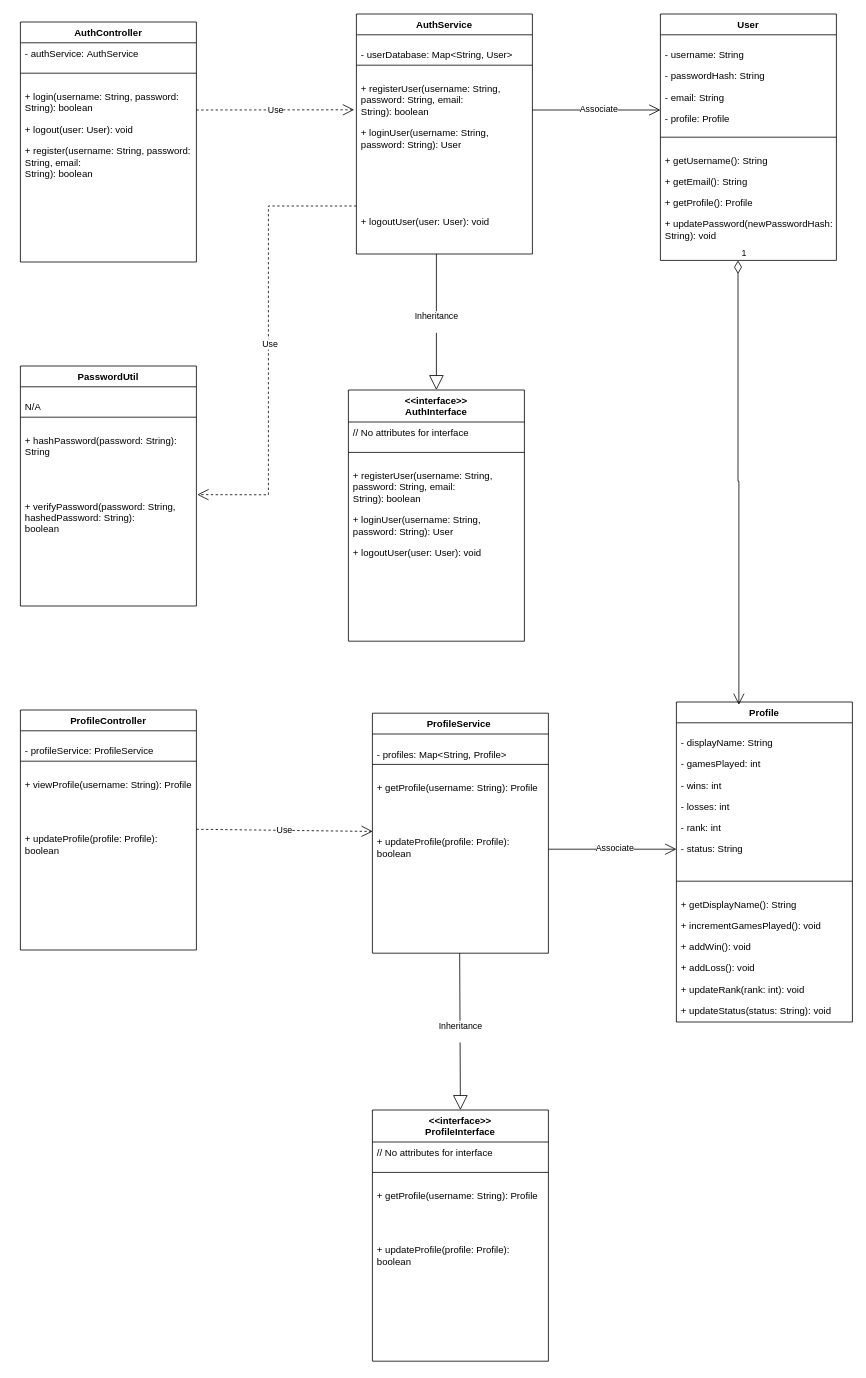
aeMyst/Minigame-Portal keeps this draw.io diagram as src/ca/ucalgary/seng300/Authentication/Authentication_Class_Diagram.drawio. Above is the earlier version. Source tidied: cells renumbered, new cells numbered last; positions are measured from the earlier drawing's top-left corner, leaving out a move shared by most shapes. Both pictures are drawn from the tidied source at 80%, with x=0, y=0 at pixel (20, 14).
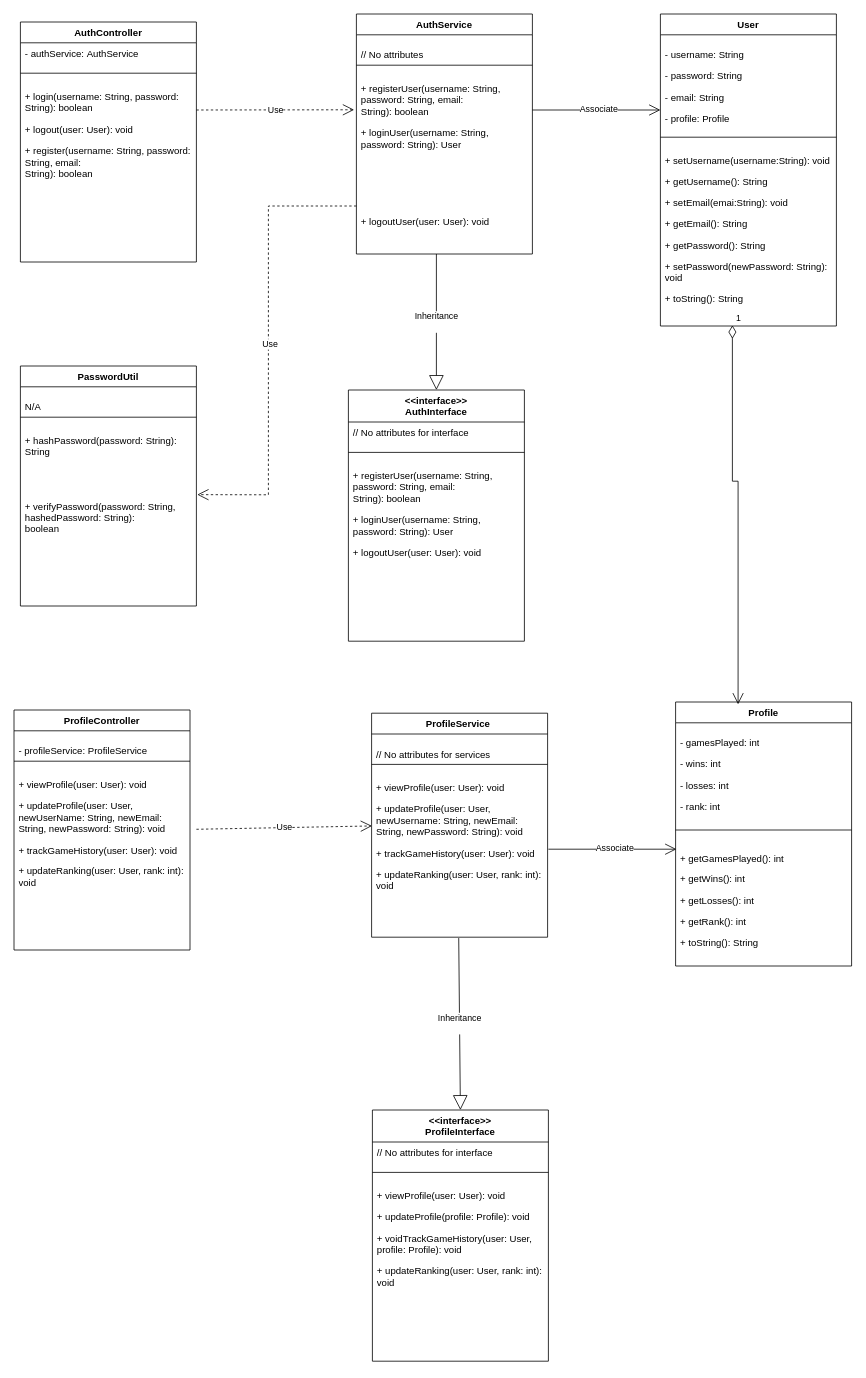
Above is the later version.

Unchanged cells that the change refers to:
```xml
<mxCell id="14" value="&lt;div&gt;&amp;lt;&amp;lt;interface&amp;gt;&amp;gt;&lt;/div&gt;ProfileInterface" style="swimlane;fontStyle=1;align=center;verticalAlign=top;horizontal=1;startSize=40;whiteSpace=wrap;html=1;" parent="1" vertex="1">
  <mxGeometry x="440" y="1370" width="220" height="314" as="geometry" />
</mxCell>
<mxCell id="18" value="AuthService" style="swimlane;fontStyle=1;align=center;verticalAlign=top;horizontal=1;startSize=26;whiteSpace=wrap;html=1;" parent="1" vertex="1">
  <mxGeometry x="420" width="220" height="300" as="geometry" />
</mxCell>
```

Diff of the diagram source:
```diff
@@
     <mxCell id="6" value="ProfileController" style="swimlane;fontStyle=1;align=center;verticalAlign=top;horizontal=1;startSize=26;whiteSpace=wrap;html=1;" parent="1" vertex="1">
-      <mxGeometry y="870" width="220" height="300" as="geometry" />
+      <mxGeometry x="-8" y="870" width="220" height="300" as="geometry" />
     </mxCell>
@@
-    <mxCell id="9" value="&lt;p class=&quot;MsoNormal&quot;&gt;+ viewProfile(username: String): Profile&lt;/p&gt;&lt;p class=&quot;MsoNormal&quot;&gt;&lt;br/&gt;&lt;br/&gt;&lt;/p&gt;&lt;p class=&quot;MsoNormal&quot;&gt;+ updateProfile(profile: Profile): boolean&lt;/p&gt;" style="text;strokeColor=none;fillColor=none;align=left;verticalAlign=top;spacingLeft=4;spacingRight=4;overflow=hidden;whiteSpace=wrap;html=1;" parent="6" vertex="1">
+    <mxCell id="9" value="&lt;p class=&quot;MsoNormal&quot;&gt;+ viewProfile(user: User): void&lt;/p&gt;&lt;p class=&quot;MsoNormal&quot;&gt;&lt;span style=&quot;background-color: initial;&quot;&gt;+ updateProfile(user: User, newUserName: String, newEmail: String, newPassword: String): void&lt;/span&gt;&lt;/p&gt;&lt;p class=&quot;MsoNormal&quot;&gt;&lt;span style=&quot;background-color: initial;&quot;&gt;+&amp;nbsp;&lt;/span&gt;&lt;span style=&quot;background-color: initial;&quot;&gt;trackGameHistory(user: User): void&lt;/span&gt;&lt;/p&gt;&lt;p class=&quot;MsoNormal&quot;&gt;&lt;span style=&quot;background-color: initial;&quot;&gt;+ updateRanking(user: User, rank: int): void&lt;/span&gt;&lt;/p&gt;" style="text;strokeColor=none;fillColor=none;align=left;verticalAlign=top;spacingLeft=4;spacingRight=4;overflow=hidden;whiteSpace=wrap;html=1;" parent="6" vertex="1">
       <mxGeometry y="68" width="220" height="232" as="geometry" />
     </mxCell>
@@
-    <mxCell id="17" value="&lt;p class=&quot;MsoNormal&quot;&gt;+ getProfile(username: String): Profile&lt;/p&gt;&lt;p class=&quot;MsoNormal&quot;&gt;&lt;br/&gt;&lt;br/&gt;&lt;/p&gt;&lt;p class=&quot;MsoNormal&quot;&gt;+ updateProfile(profile: Profile): boolean&lt;/p&gt;" style="text;strokeColor=none;fillColor=none;align=left;verticalAlign=top;spacingLeft=4;spacingRight=4;overflow=hidden;whiteSpace=wrap;html=1;" parent="14" vertex="1">
+    <mxCell id="17" value="&lt;p class=&quot;MsoNormal&quot;&gt;+ viewProfile(user: User): void&lt;/p&gt;&lt;p class=&quot;MsoNormal&quot;&gt;&lt;span style=&quot;background-color: initial;&quot;&gt;+ updateProfile(profile: Profile): void&lt;/span&gt;&lt;/p&gt;&lt;p class=&quot;MsoNormal&quot;&gt;+ voidTrackGameHistory(user: User, profile: Profile): void&lt;/p&gt;&lt;p class=&quot;MsoNormal&quot;&gt;+ updateRanking(user: User, rank: int): void&lt;/p&gt;" style="text;strokeColor=none;fillColor=none;align=left;verticalAlign=top;spacingLeft=4;spacingRight=4;overflow=hidden;whiteSpace=wrap;html=1;" parent="14" vertex="1">
       <mxGeometry y="82" width="220" height="232" as="geometry" />
     </mxCell>
@@
-    <mxCell id="19" value="&lt;p class=&quot;MsoNormal&quot;&gt;- userDatabase: Map&amp;lt;String, User&amp;gt;&lt;/p&gt;" style="text;strokeColor=none;fillColor=none;align=left;verticalAlign=top;spacingLeft=4;spacingRight=4;overflow=hidden;whiteSpace=wrap;html=1;" parent="18" vertex="1">
+    <mxCell id="19" value="&lt;p class=&quot;MsoNormal&quot;&gt;// No attributes&lt;/p&gt;" style="text;strokeColor=none;fillColor=none;align=left;verticalAlign=top;spacingLeft=4;spacingRight=4;overflow=hidden;whiteSpace=wrap;html=1;" parent="18" vertex="1">
       <mxGeometry y="26" width="220" height="34" as="geometry" />
     </mxCell>
@@
     <mxCell id="23" value="ProfileService&amp;nbsp;" style="swimlane;fontStyle=1;align=center;verticalAlign=top;horizontal=1;startSize=26;whiteSpace=wrap;html=1;" parent="1" vertex="1">
-      <mxGeometry x="440" y="874" width="220" height="300" as="geometry" />
+      <mxGeometry x="439" y="874" width="220" height="280" as="geometry" />
     </mxCell>
-    <mxCell id="24" value="&lt;p class=&quot;MsoNormal&quot;&gt;- profiles: Map&amp;lt;String, Profile&amp;gt;&lt;/p&gt;" style="text;strokeColor=none;fillColor=none;align=left;verticalAlign=top;spacingLeft=4;spacingRight=4;overflow=hidden;whiteSpace=wrap;html=1;" parent="23" vertex="1">
+    <mxCell id="24" value="&lt;p class=&quot;MsoNormal&quot;&gt;// No attributes for services&lt;/p&gt;" style="text;strokeColor=none;fillColor=none;align=left;verticalAlign=top;spacingLeft=4;spacingRight=4;overflow=hidden;whiteSpace=wrap;html=1;" parent="23" vertex="1">
       <mxGeometry y="26" width="220" height="34" as="geometry" />
     </mxCell>
@@
-    <mxCell id="26" value="&lt;p class=&quot;MsoNormal&quot;&gt;+ getProfile(username: String): Profile&lt;/p&gt;&lt;p class=&quot;MsoNormal&quot;&gt;&lt;br/&gt;&lt;br/&gt;&lt;/p&gt;&lt;p class=&quot;MsoNormal&quot;&gt;+ updateProfile(profile: Profile): boolean&lt;/p&gt;" style="text;strokeColor=none;fillColor=none;align=left;verticalAlign=top;spacingLeft=4;spacingRight=4;overflow=hidden;points=[[0,0.5],[1,0.5]];portConstraint=eastwest;whiteSpace=wrap;html=1;" parent="23" vertex="1">
-      <mxGeometry y="68" width="220" height="232" as="geometry" />
+    <mxCell id="26" value="&lt;p class=&quot;MsoNormal&quot;&gt;+ viewProfile(user: User): void&lt;/p&gt;&lt;p class=&quot;MsoNormal&quot;&gt;&lt;span style=&quot;background-color: initial;&quot;&gt;+ updateProfile(user: User, newUsername: String, newEmail: String, newPassword: String): void&lt;/span&gt;&lt;/p&gt;&lt;p class=&quot;MsoNormal&quot;&gt;&lt;span style=&quot;background-color: initial;&quot;&gt;+ trackGameHistory(user: User): void&lt;/span&gt;&lt;/p&gt;&lt;p class=&quot;MsoNormal&quot;&gt;&lt;span style=&quot;background-color: initial;&quot;&gt;+ updateRanking(user: User, rank: int): void&lt;/span&gt;&lt;/p&gt;" style="text;strokeColor=none;fillColor=none;align=left;verticalAlign=top;spacingLeft=4;spacingRight=4;overflow=hidden;points=[[0,0.5],[1,0.5]];portConstraint=eastwest;whiteSpace=wrap;html=1;" parent="23" vertex="1">
+      <mxGeometry y="68" width="220" height="212" as="geometry" />
     </mxCell>
     <mxCell id="27" value="User" style="swimlane;fontStyle=1;align=center;verticalAlign=top;horizontal=1;startSize=26;whiteSpace=wrap;html=1;" parent="1" vertex="1">
-      <mxGeometry x="800" width="220" height="308" as="geometry" />
+      <mxGeometry x="800" width="220" height="390" as="geometry" />
     </mxCell>
-    <mxCell id="28" value="&lt;p class=&quot;MsoNormal&quot;&gt;- username: String&lt;/p&gt;&lt;p class=&quot;MsoNormal&quot;&gt;- passwordHash: String&lt;/p&gt;&lt;p class=&quot;MsoNormal&quot;&gt;- email: String&lt;/p&gt;&lt;p class=&quot;MsoNormal&quot;&gt;- profile: Profile&lt;/p&gt;" style="text;strokeColor=none;fillColor=none;align=left;verticalAlign=top;spacingLeft=4;spacingRight=4;overflow=hidden;whiteSpace=wrap;html=1;" parent="27" vertex="1">
+    <mxCell id="28" value="&lt;p class=&quot;MsoNormal&quot;&gt;- username: String&lt;/p&gt;&lt;p class=&quot;MsoNormal&quot;&gt;- password: String&lt;/p&gt;&lt;p class=&quot;MsoNormal&quot;&gt;- email: String&lt;/p&gt;&lt;p class=&quot;MsoNormal&quot;&gt;- profile: Profile&lt;/p&gt;" style="text;strokeColor=none;fillColor=none;align=left;verticalAlign=top;spacingLeft=4;spacingRight=4;overflow=hidden;whiteSpace=wrap;html=1;" parent="27" vertex="1">
       <mxGeometry y="26" width="220" height="124" as="geometry" />
     </mxCell>
@@
-    <mxCell id="30" value="&lt;p class=&quot;MsoNormal&quot;&gt;+ getUsername(): String&lt;/p&gt;&lt;p class=&quot;MsoNormal&quot;&gt;+ getEmail(): String&lt;/p&gt;&lt;p class=&quot;MsoNormal&quot;&gt;+ getProfile(): Profile&lt;/p&gt;&lt;p class=&quot;MsoNormal&quot;&gt;+ updatePassword(newPasswordHash: String): void&lt;/p&gt;" style="text;strokeColor=none;fillColor=none;align=left;verticalAlign=top;spacingLeft=4;spacingRight=4;overflow=hidden;points=[[0,0.5],[1,0.5]];portConstraint=eastwest;whiteSpace=wrap;html=1;" parent="27" vertex="1">
-      <mxGeometry y="158" width="220" height="150" as="geometry" />
+    <mxCell id="30" value="&lt;p class=&quot;MsoNormal&quot;&gt;+ setUsername(username:String): void&lt;/p&gt;&lt;p class=&quot;MsoNormal&quot;&gt;+ getUsername(): String&lt;/p&gt;&lt;p class=&quot;MsoNormal&quot;&gt;+ setEmail(emai:String): void&lt;/p&gt;&lt;p class=&quot;MsoNormal&quot;&gt;+ getEmail(): String&lt;/p&gt;&lt;p class=&quot;MsoNormal&quot;&gt;+ getPassword(): String&lt;/p&gt;&lt;p class=&quot;MsoNormal&quot;&gt;+ setPassword(newPassword: String): void&lt;/p&gt;&lt;p class=&quot;MsoNormal&quot;&gt;+ toString(): String&lt;/p&gt;" style="text;strokeColor=none;fillColor=none;align=left;verticalAlign=top;spacingLeft=4;spacingRight=4;overflow=hidden;points=[[0,0.5],[1,0.5]];portConstraint=eastwest;whiteSpace=wrap;html=1;" parent="27" vertex="1">
+      <mxGeometry y="158" width="220" height="232" as="geometry" />
     </mxCell>
     <mxCell id="31" value="Profile" style="swimlane;fontStyle=1;align=center;verticalAlign=top;horizontal=1;startSize=26;whiteSpace=wrap;html=1;" parent="1" vertex="1">
-      <mxGeometry x="820" y="860" width="220" height="400" as="geometry" />
+      <mxGeometry x="819" y="860" width="220" height="330" as="geometry" />
     </mxCell>
-    <mxCell id="32" value="&lt;p class=&quot;MsoNormal&quot;&gt;- displayName: String&lt;/p&gt;&lt;p class=&quot;MsoNormal&quot;&gt;- gamesPlayed: int&lt;/p&gt;&lt;p class=&quot;MsoNormal&quot;&gt;- wins: int&lt;/p&gt;&lt;p class=&quot;MsoNormal&quot;&gt;- losses: int&lt;/p&gt;&lt;p class=&quot;MsoNormal&quot;&gt;- rank: int&lt;/p&gt;&lt;p class=&quot;MsoNormal&quot;&gt;- status: String&lt;/p&gt;" style="text;strokeColor=none;fillColor=none;align=left;verticalAlign=top;spacingLeft=4;spacingRight=4;overflow=hidden;whiteSpace=wrap;html=1;" parent="31" vertex="1">
-      <mxGeometry y="26" width="220" height="194" as="geometry" />
+    <mxCell id="32" value="&lt;p class=&quot;MsoNormal&quot;&gt;&lt;span style=&quot;background-color: initial;&quot;&gt;- gamesPlayed: int&lt;/span&gt;&lt;/p&gt;&lt;p class=&quot;MsoNormal&quot;&gt;- wins: int&lt;/p&gt;&lt;p class=&quot;MsoNormal&quot;&gt;- losses: int&lt;/p&gt;&lt;p class=&quot;MsoNormal&quot;&gt;- rank: int&lt;/p&gt;" style="text;strokeColor=none;fillColor=none;align=left;verticalAlign=top;spacingLeft=4;spacingRight=4;overflow=hidden;whiteSpace=wrap;html=1;" parent="31" vertex="1">
+      <mxGeometry y="26" width="220" height="124" as="geometry" />
     </mxCell>
     <mxCell id="33" style="line;strokeWidth=1;fillColor=none;align=left;verticalAlign=middle;spacingTop=-1;spacingLeft=3;spacingRight=3;labelPosition=right;strokeColor=inherit;" parent="31" vertex="1">
-      <mxGeometry y="220" width="220" height="8" as="geometry" />
+      <mxGeometry y="150" width="220" height="20" as="geometry" />
     </mxCell>
-    <mxCell id="34" value="&lt;p class=&quot;MsoNormal&quot;&gt;+ getDisplayName(): String&lt;/p&gt;&lt;p class=&quot;MsoNormal&quot;&gt;+ incrementGamesPlayed(): void&lt;/p&gt;&lt;p class=&quot;MsoNormal&quot;&gt;+ addWin(): void&lt;/p&gt;&lt;p class=&quot;MsoNormal&quot;&gt;+ addLoss(): void&lt;/p&gt;&lt;p class=&quot;MsoNormal&quot;&gt;+ updateRank(rank: int): void&lt;/p&gt;&lt;p class=&quot;MsoNormal&quot;&gt;+ updateStatus(status: String): void&lt;/p&gt;" style="text;strokeColor=none;fillColor=none;align=left;verticalAlign=top;spacingLeft=4;spacingRight=4;overflow=hidden;whiteSpace=wrap;html=1;" parent="31" vertex="1">
-      <mxGeometry y="228" width="220" height="172" as="geometry" />
+    <mxCell id="34" value="&lt;p class=&quot;MsoNormal&quot;&gt;&lt;span style=&quot;background-color: initial;&quot;&gt;+ getGamesPlayed(): int&lt;/span&gt;&lt;/p&gt;&lt;p class=&quot;MsoNormal&quot;&gt;+ getWins(): int&lt;/p&gt;&lt;p class=&quot;MsoNormal&quot;&gt;+ getLosses(): int&lt;/p&gt;&lt;p class=&quot;MsoNormal&quot;&gt;+ getRank(): int&lt;/p&gt;&lt;p class=&quot;MsoNormal&quot;&gt;+ toString(): String&lt;/p&gt;" style="text;strokeColor=none;fillColor=none;align=left;verticalAlign=top;spacingLeft=4;spacingRight=4;overflow=hidden;whiteSpace=wrap;html=1;" parent="31" vertex="1">
+      <mxGeometry y="170" width="220" height="160" as="geometry" />
     </mxCell>
@@
-    <mxCell id="42" value="Inheritance&lt;div&gt;&lt;br&gt;&lt;/div&gt;" style="endArrow=block;endSize=16;endFill=0;html=1;rounded=0;entryX=0.5;entryY=0;entryDx=0;entryDy=0;" parent="1" edge="1" target="14">
-      <mxGeometry relative="1" as="geometry">
-        <mxPoint x="549.1" y="1174" as="sourcePoint" />
-      </mxGeometry>
+    <mxCell id="42" value="Inheritance&lt;div&gt;&lt;br&gt;&lt;/div&gt;" style="endArrow=block;endSize=16;endFill=0;html=1;rounded=0;entryX=0.5;entryY=0;entryDx=0;entryDy=0;exitX=0.495;exitY=1.005;exitDx=0;exitDy=0;exitPerimeter=0;" parent="1" edge="1" source="26" target="14">
+      <mxGeometry relative="1" as="geometry" />
     </mxCell>
@@
-    <mxCell id="47" value="1" style="endArrow=open;html=1;endSize=12;startArrow=diamondThin;startSize=14;startFill=0;edgeStyle=orthogonalEdgeStyle;align=left;verticalAlign=bottom;rounded=0;exitX=0.441;exitY=1;exitDx=0;exitDy=0;exitPerimeter=0;entryX=0.355;entryY=0.009;entryDx=0;entryDy=0;entryPerimeter=0;" parent="1" edge="1" source="30" target="31">
-      <mxGeometry x="-1" y="3" relative="1" as="geometry" />
+    <mxCell id="47" value="1" style="endArrow=open;html=1;endSize=12;startArrow=diamondThin;startSize=14;startFill=0;edgeStyle=orthogonalEdgeStyle;align=left;verticalAlign=bottom;rounded=0;entryX=0.355;entryY=0.009;entryDx=0;entryDy=0;entryPerimeter=0;exitX=0.409;exitY=0.996;exitDx=0;exitDy=0;exitPerimeter=0;" parent="1" edge="1" source="30" target="31">
+      <mxGeometry x="-1" y="3" relative="1" as="geometry">
+        <Array as="points">
+          <mxPoint x="890" y="584" />
+          <mxPoint x="898" y="584" />
+        </Array>
+      </mxGeometry>
     </mxCell>
```
